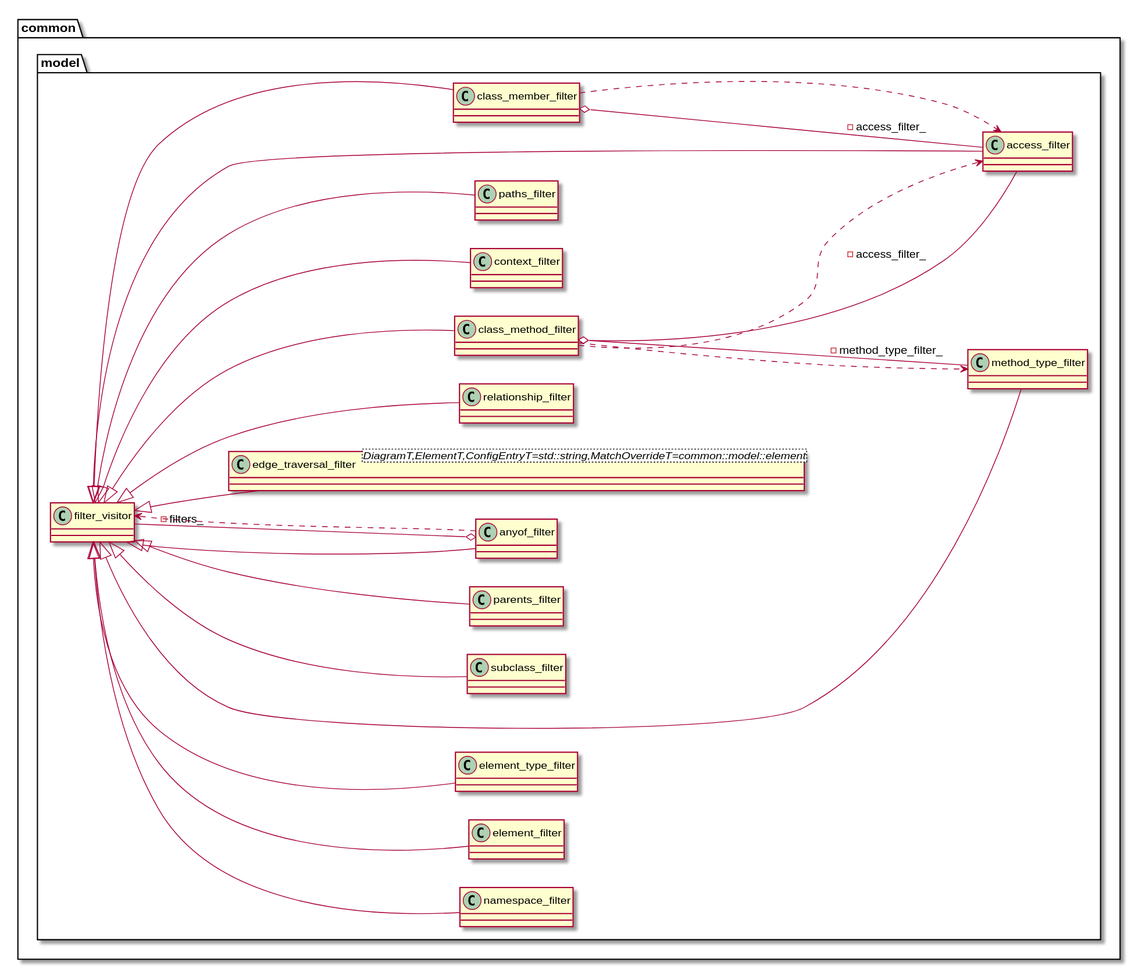
Before: filter_visitor_hierarchy_class.svg, a diagram exported from PlantUML (clang-uml/clang-uml.github.io).
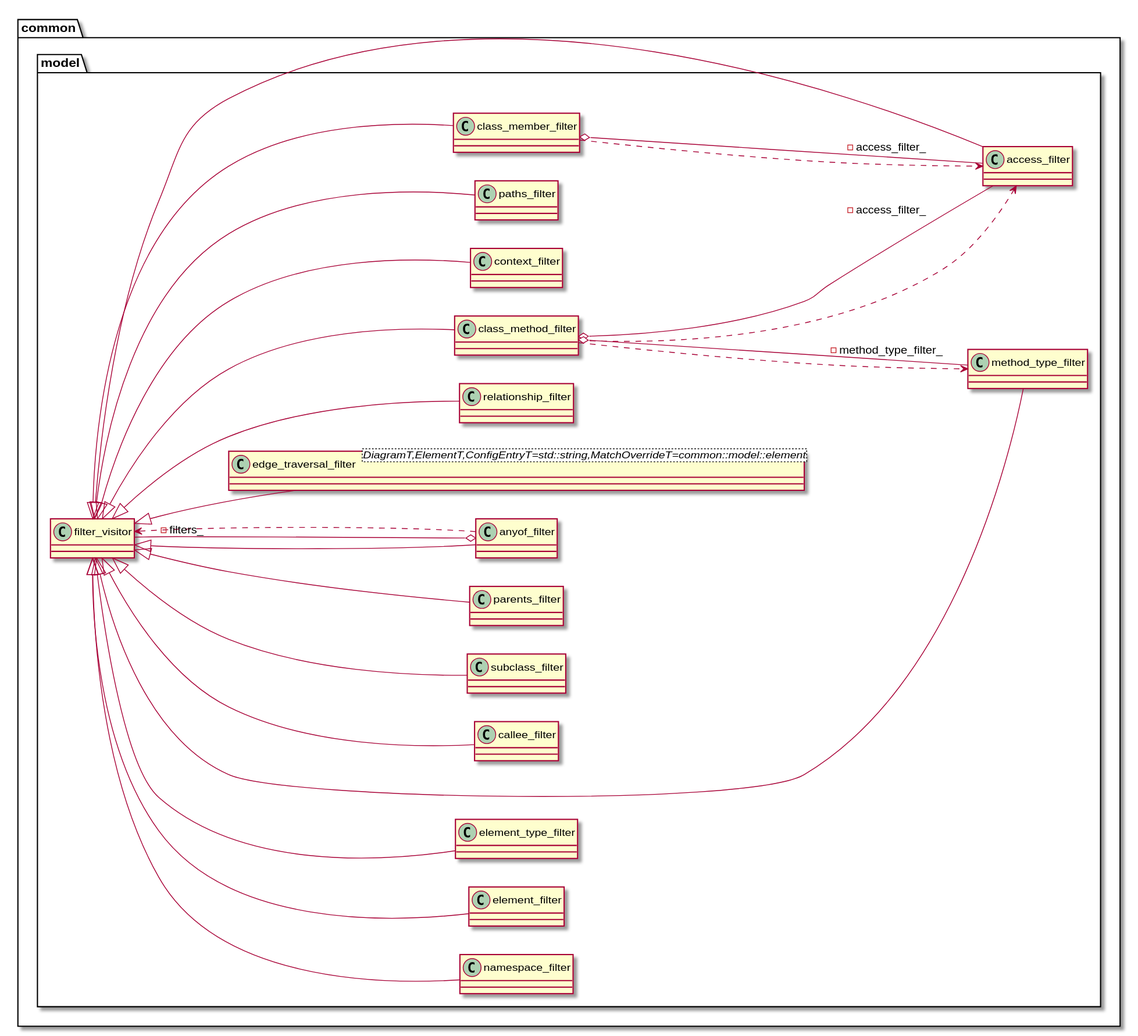
The same diagram one commit later.

What changed in the source:
```diff
@@ -24,6 +24,10 @@
 }
 class "method_type_filter" as C_0001897369211795036987
 class C_0001897369211795036987 [[structclanguml_1_1common_1_1model_1_1method__type__filter.html{method_type_filter}]] {
+__
+}
+class "callee_filter" as C_0001198341195117879139
+class C_0001198341195117879139 [[structclanguml_1_1common_1_1model_1_1callee__filter.html{callee_filter}]] {
 __
 }
 class "subclass_filter" as C_0001389919526184251760
@@ -71,6 +75,7 @@
 C_0000469458052685692314 <|-- C_0000690341236618660423
 C_0000469458052685692314 <|-- C_0002051668456717902300
 C_0000469458052685692314 <|-- C_0001897369211795036987
+C_0000469458052685692314 <|-- C_0001198341195117879139
 C_0000469458052685692314 <|-- C_0001389919526184251760
 C_0000469458052685692314 <|-- C_0001773753487119877542
 C_0000469458052685692314 <|-- C_0001497352705437766113
```
